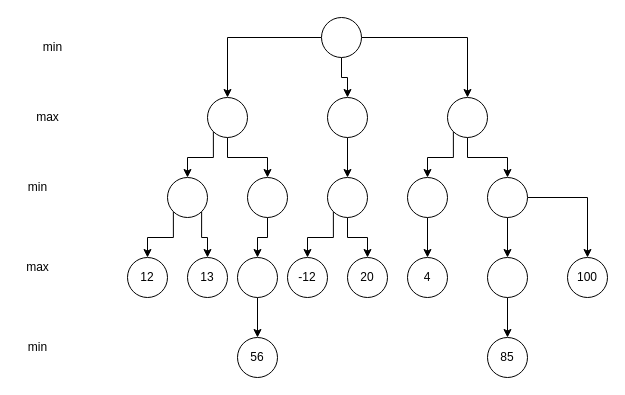
Before: Test.drawio in Luchit0-afk/Diagramas, a draw.io diagram. Source tidied: cells renumbered, new cells numbered last; positions are measured from the earlier drawing's top-left corner, leaving out a move shared by most shapes. Both pictures are drawn from the tidied source at 100%, with x=0, y=0 at pixel (17, 17).
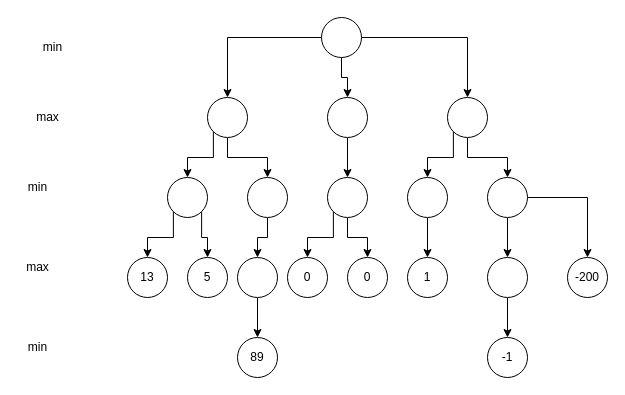
The same page after the edit.

The edit, as a diff of the source:
```diff
@@
-    <mxCell id="27" value="12" style="ellipse;whiteSpace=wrap;html=1;" parent="1" vertex="1">
+    <mxCell id="27" value="13" style="ellipse;whiteSpace=wrap;html=1;" parent="1" vertex="1">
       <mxGeometry x="110" y="240" width="40" height="40" as="geometry" />
     </mxCell>
-    <mxCell id="28" value="13" style="ellipse;whiteSpace=wrap;html=1;" parent="1" vertex="1">
+    <mxCell id="28" value="5" style="ellipse;whiteSpace=wrap;html=1;" parent="1" vertex="1">
       <mxGeometry x="170" y="240" width="40" height="40" as="geometry" />
     </mxCell>
@@
-    <mxCell id="31" value="-12" style="ellipse;whiteSpace=wrap;html=1;" parent="1" vertex="1">
+    <mxCell id="31" value="0" style="ellipse;whiteSpace=wrap;html=1;" parent="1" vertex="1">
       <mxGeometry x="270" y="240" width="40" height="40" as="geometry" />
     </mxCell>
-    <mxCell id="32" value="20" style="ellipse;whiteSpace=wrap;html=1;" parent="1" vertex="1">
+    <mxCell id="32" value="0" style="ellipse;whiteSpace=wrap;html=1;" parent="1" vertex="1">
       <mxGeometry x="330" y="240" width="40" height="40" as="geometry" />
     </mxCell>
-    <mxCell id="33" value="4" style="ellipse;whiteSpace=wrap;html=1;" parent="1" vertex="1">
+    <mxCell id="33" value="1" style="ellipse;whiteSpace=wrap;html=1;" parent="1" vertex="1">
       <mxGeometry x="390" y="240" width="40" height="40" as="geometry" />
     </mxCell>
@@
-    <mxCell id="36" value="100" style="ellipse;whiteSpace=wrap;html=1;" parent="1" vertex="1">
+    <mxCell id="36" value="-200" style="ellipse;whiteSpace=wrap;html=1;" parent="1" vertex="1">
       <mxGeometry x="550" y="240" width="40" height="40" as="geometry" />
     </mxCell>
-    <mxCell id="37" value="56" style="ellipse;whiteSpace=wrap;html=1;" parent="1" vertex="1">
+    <mxCell id="37" value="89" style="ellipse;whiteSpace=wrap;html=1;" parent="1" vertex="1">
       <mxGeometry x="220" y="320" width="40" height="40" as="geometry" />
     </mxCell>
-    <mxCell id="38" value="85" style="ellipse;whiteSpace=wrap;html=1;" parent="1" vertex="1">
+    <mxCell id="38" value="-1" style="ellipse;whiteSpace=wrap;html=1;" parent="1" vertex="1">
       <mxGeometry x="470" y="320" width="40" height="40" as="geometry" />
     </mxCell>
```
